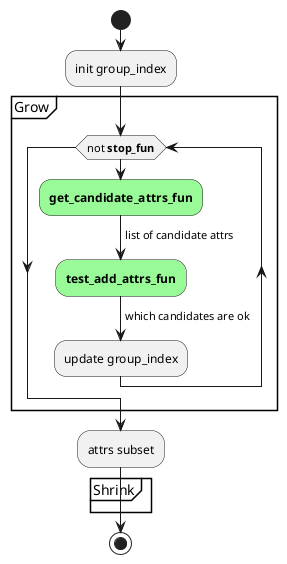
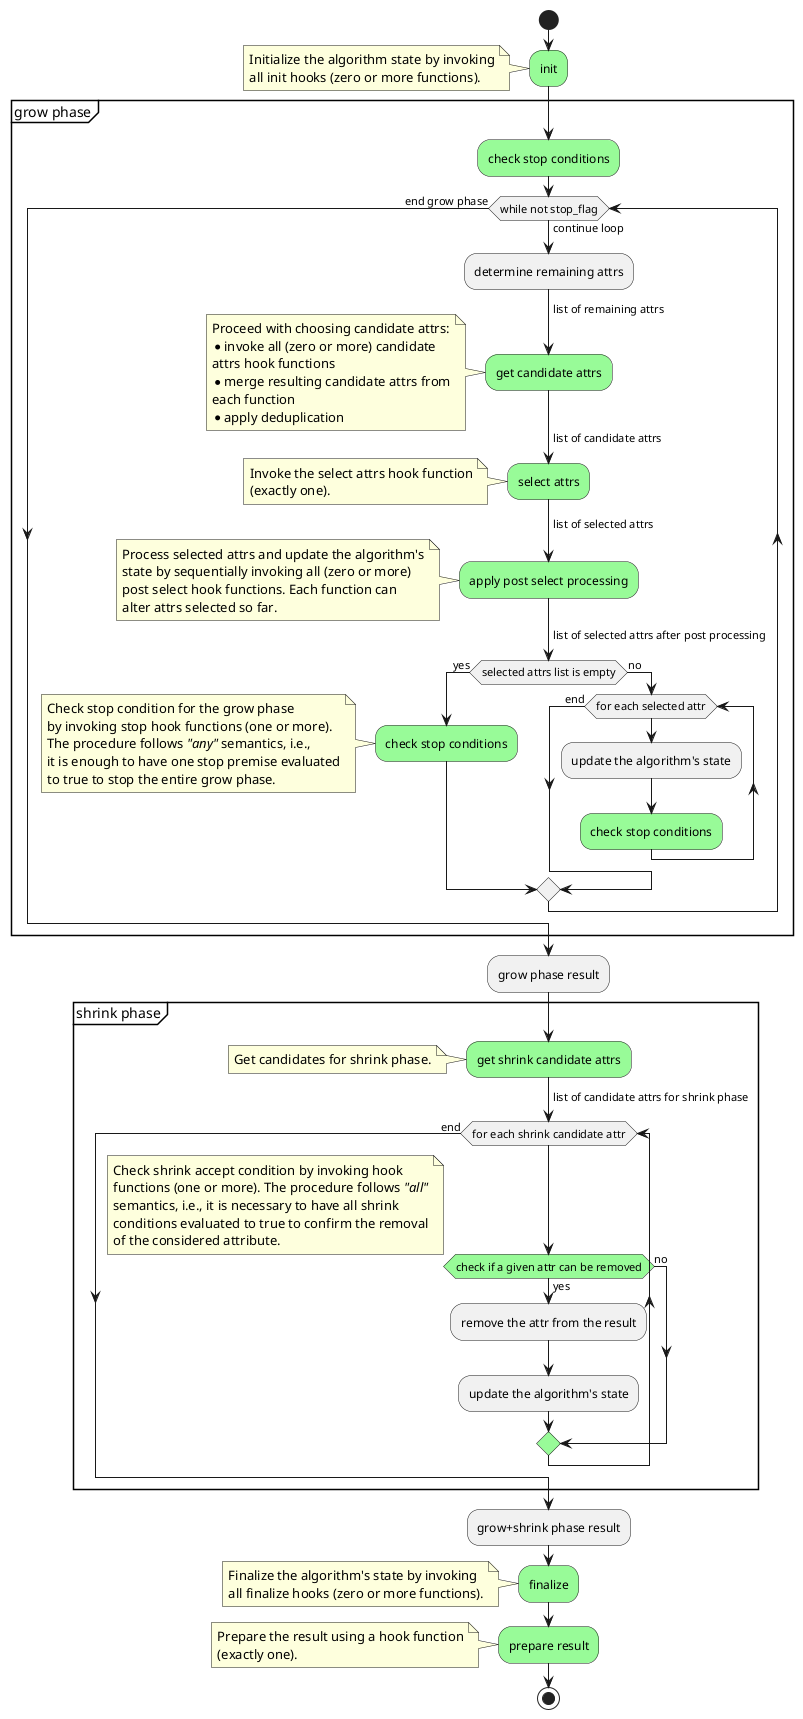
@startuml
+ 
+ skinparam ConditionEndStyle diamond
+ 
start
- :init group_index;
- group Grow
- #palegreen:while (not **stop_fun**)
-     #palegreen:**get_candidate_attrs_fun**;
+ #palegreen:init;
+ note left
+     Initialize the algorithm state by invoking
+     all init hooks (zero or more functions).
+ end note
+ 
+ group grow phase
+ 
+ #palegreen:check stop conditions;
+ 
+ while (while not stop_flag) is (continue loop)
+     :determine remaining attrs;
+     -> list of remaining attrs;
+ 
+     #palegreen:get candidate attrs;
+     note left
+         Proceed with choosing candidate attrs:
+         * invoke all (zero or more) candidate
+         attrs hook functions
+         * merge resulting candidate attrs from
+         each function
+         * apply deduplication
+     end note
    -> list of candidate attrs;
-     #palegreen:**test_add_attrs_fun**;
-     -> which candidates are ok;
-     :update group_index;
- endwhile
+ 
+     #palegreen:select attrs;
+     note left
+         Invoke the select attrs hook function
+         (exactly one).
+     end note
+     -> list of selected attrs;
+ 
+     #palegreen:apply post select processing;
+     note left
+         Process selected attrs and update the algorithm's
+         state by sequentially invoking all (zero or more)
+         post select hook functions. Each function can
+         alter attrs selected so far.
+     end note
+     -> list of selected attrs after post processing;
+ 
+     if (selected attrs list is empty) then (yes)
+         #palegreen:check stop conditions;
+         note left
+             Check stop condition for the grow phase
+             by invoking stop hook functions (one or more).
+             The procedure follows //"any"// semantics, i.e.,
+             it is enough to have one stop premise evaluated
+             to true to stop the entire grow phase.
+         end note
+     else (no)
+         while (for each selected attr)
+             :update the algorithm's state;
+             #palegreen:check stop conditions;
+         endwhile (end)
+     endif
+ 
+ endwhile (end grow phase)
end group

- :attrs subset;
+ :grow phase result;

- group Shrink
+ group shrink phase
+     #palegreen:get shrink candidate attrs;
+     note left
+         Get candidates for shrink phase.
+     end note
+     -> list of candidate attrs for shrink phase;
+     while (for each shrink candidate attr)
+         #palegreen:if (check if a given attr can be removed) then (yes)
+             note left
+                 Check shrink accept condition by invoking hook
+                 functions (one or more). The procedure follows //"all"//
+                 semantics, i.e., it is necessary to have all shrink
+                 conditions evaluated to true to confirm the removal
+                 of the considered attribute.
+             end note

+             :remove the attr from the result;
+             :update the algorithm's state;
+         else (no)
+         endif
+     endwhile (end)
end group
+ 
+ :grow+shrink phase result;
+ 
+ #palegreen:finalize;
+ note left
+     Finalize the algorithm's state by invoking
+     all finalize hooks (zero or more functions).
+ end note
+ 
+ #palegreen:prepare result;
+ note left
+     Prepare the result using a hook function
+     (exactly one).
+ end note

stop
@enduml
